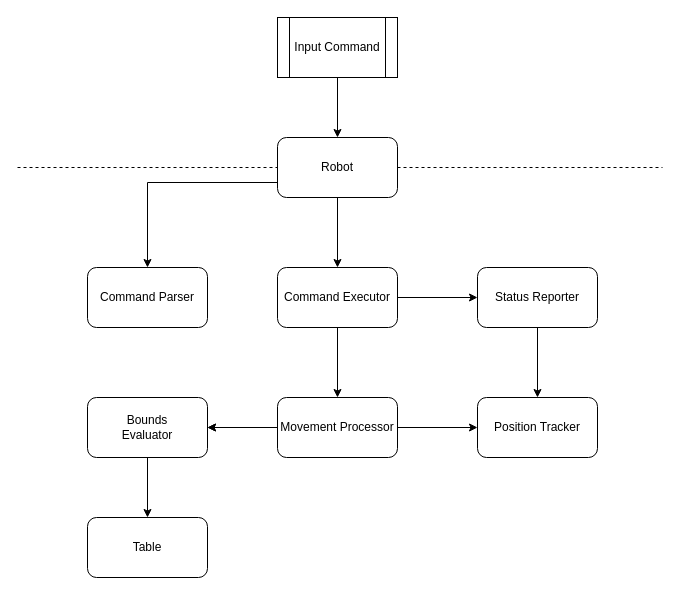
This is doc/Component Diagram.drawio from Hardcoded-NS/LibToyBot, a draw.io file, before an edit. Source tidied: cells renumbered, new cells numbered last; positions are measured from the earlier drawing's top-left corner, leaving out a move shared by most shapes. Both pictures are drawn from the tidied source at 100%, with x=0, y=0 at pixel (17, 17).
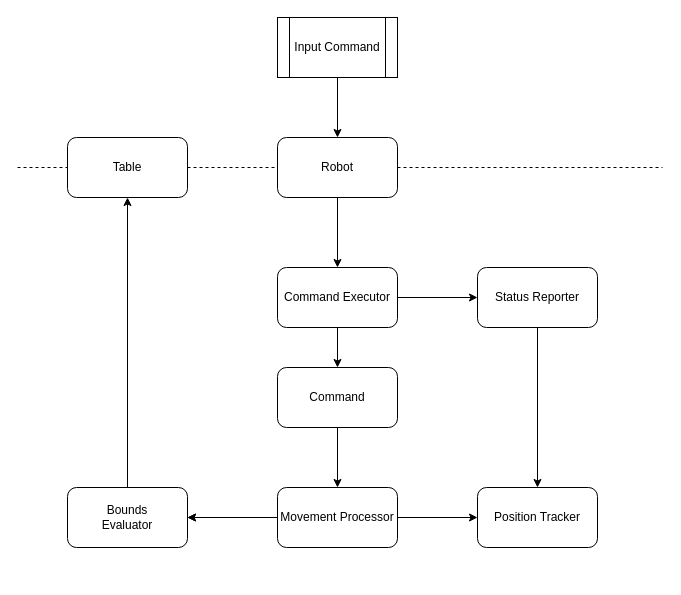
After the change.

The change refers to these unchanged cells:
```xml
<mxCell id="4" value="Command Executor" style="rounded=1;whiteSpace=wrap;html=1;" parent="1" vertex="1">
  <mxGeometry x="260" y="250" width="120" height="60" as="geometry" />
</mxCell>
<mxCell id="10" value="Status Reporter" style="rounded=1;whiteSpace=wrap;html=1;" parent="1" vertex="1">
  <mxGeometry x="460" y="250" width="120" height="60" as="geometry" />
</mxCell>
<mxCell id="17" value="Robot" style="rounded=1;whiteSpace=wrap;html=1;" parent="1" vertex="1">
  <mxGeometry x="260" y="120" width="120" height="60" as="geometry" />
</mxCell>
```

Diff of the diagram source:
```diff
@@
-    <mxCell id="2" style="edgeStyle=orthogonalEdgeStyle;rounded=0;jettySize=auto;html=1;" parent="1" edge="1" source="4" target="8">
-      <mxGeometry relative="1" as="geometry" />
-    </mxCell>
@@
+    <mxCell id="23" style="edgeStyle=orthogonalEdgeStyle;rounded=0;jettySize=auto;html=1;exitX=0.5;exitY=1;exitDx=0;exitDy=0;entryX=0.5;entryY=0;entryDx=0;entryDy=0;" parent="1" edge="1" source="4" target="26">
+      <mxGeometry relative="1" as="geometry" />
+    </mxCell>
@@
     <mxCell id="8" value="Movement Processor" style="rounded=1;whiteSpace=wrap;html=1;" parent="1" vertex="1">
-      <mxGeometry x="260" y="380" width="120" height="60" as="geometry" />
+      <mxGeometry x="260" y="470" width="120" height="60" as="geometry" />
     </mxCell>
-    <mxCell id="9" style="edgeStyle=orthogonalEdgeStyle;rounded=0;jettySize=auto;html=1;exitX=0.5;exitY=1;exitDx=0;exitDy=0;entryX=0.5;entryY=0;entryDx=0;entryDy=0;" parent="1" edge="1" source="10" target="11">
+    <mxCell id="9" style="edgeStyle=orthogonalEdgeStyle;rounded=0;jettySize=auto;html=1;entryX=0.5;entryY=0;entryDx=0;entryDy=0;" parent="1" edge="1" source="10" target="11">
       <mxGeometry relative="1" as="geometry" />
     </mxCell>
@@
     <mxCell id="11" value="Position Tracker" style="rounded=1;whiteSpace=wrap;html=1;" parent="1" vertex="1">
-      <mxGeometry x="460" y="380" width="120" height="60" as="geometry" />
+      <mxGeometry x="460" y="470" width="120" height="60" as="geometry" />
     </mxCell>
@@
-    <mxCell id="15" style="edgeStyle=orthogonalEdgeStyle;rounded=0;jettySize=auto;html=1;exitX=0;exitY=0.75;exitDx=0;exitDy=0;entryX=0.5;entryY=0;entryDx=0;entryDy=0;" parent="1" edge="1" source="17" target="19">
-      <mxGeometry relative="1" as="geometry" />
-    </mxCell>
@@
-    <mxCell id="18" value="Table" style="rounded=1;whiteSpace=wrap;html=1;" parent="1" vertex="1">
-      <mxGeometry x="70" y="500" width="120" height="60" as="geometry" />
-    </mxCell>
-    <mxCell id="19" value="Command Parser" style="rounded=1;whiteSpace=wrap;html=1;" parent="1" vertex="1">
-      <mxGeometry x="70" y="250" width="120" height="60" as="geometry" />
-    </mxCell>
-    <mxCell id="20" style="endArrow=none;dashed=1;html=1;entryX=0;entryY=0.5;entryDx=0;entryDy=0;" parent="1" edge="1" target="17">
-      <mxGeometry relative="1" as="geometry">
-        <mxPoint y="150" as="sourcePoint" />
-      </mxGeometry>
+    <mxCell id="20" style="endArrow=none;dashed=1;html=1;entryX=0;entryY=0.5;entryDx=0;entryDy=0;" parent="1" edge="1" source="18" target="17">
+      <mxGeometry relative="1" as="geometry" />
     </mxCell>
     <mxCell id="21" value="Bounds&lt;br&gt;Evaluator" style="rounded=1;whiteSpace=wrap;html=1;" parent="1" vertex="1">
-      <mxGeometry x="70" y="380" width="120" height="60" as="geometry" />
+      <mxGeometry x="50" y="470" width="120" height="60" as="geometry" />
     </mxCell>
@@
+    <mxCell id="18" value="Table" style="rounded=1;whiteSpace=wrap;html=1;" parent="1" vertex="1">
+      <mxGeometry x="50" y="120" width="120" height="60" as="geometry" />
+    </mxCell>
+    <mxCell id="24" style="endArrow=none;dashed=1;html=1;entryX=0;entryY=0.5;entryDx=0;entryDy=0;" parent="1" edge="1" target="18">
+      <mxGeometry relative="1" as="geometry">
+        <mxPoint y="150" as="sourcePoint" />
+      </mxGeometry>
+    </mxCell>
+    <mxCell id="25" style="edgeStyle=orthogonalEdgeStyle;rounded=0;jettySize=auto;html=1;" parent="1" edge="1" source="26" target="8">
+      <mxGeometry relative="1" as="geometry" />
+    </mxCell>
+    <mxCell id="26" value="Command" style="rounded=1;whiteSpace=wrap;html=1;" parent="1" vertex="1">
+      <mxGeometry x="260" y="350" width="120" height="60" as="geometry" />
+    </mxCell>
```
